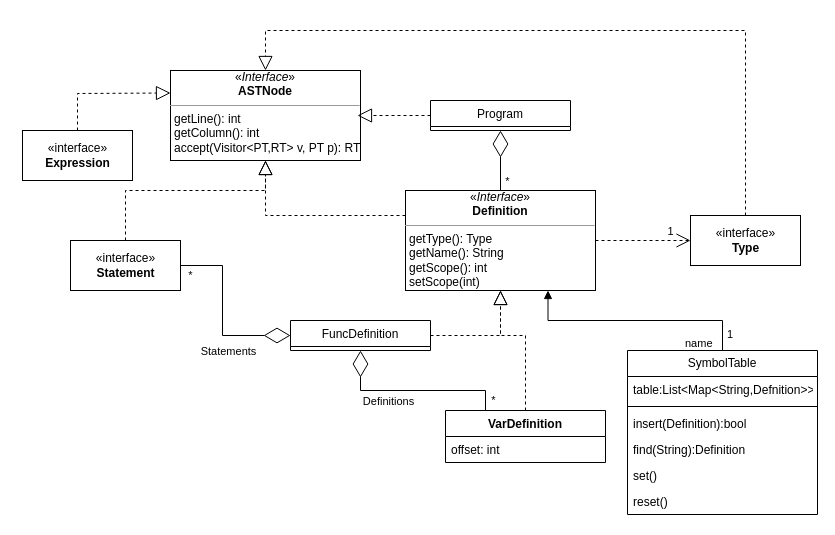
Earlier version of the draw.io diagram page "AST" (1 of 5) of Lenguaje.drawio (adrimr02/DLP). Source tidied: cells renumbered, new cells numbered last; positions are measured from the earlier drawing's top-left corner, leaving out a move shared by most shapes. Both pictures are drawn from the tidied source at 100%, with x=0, y=0 at pixel (22, 30).
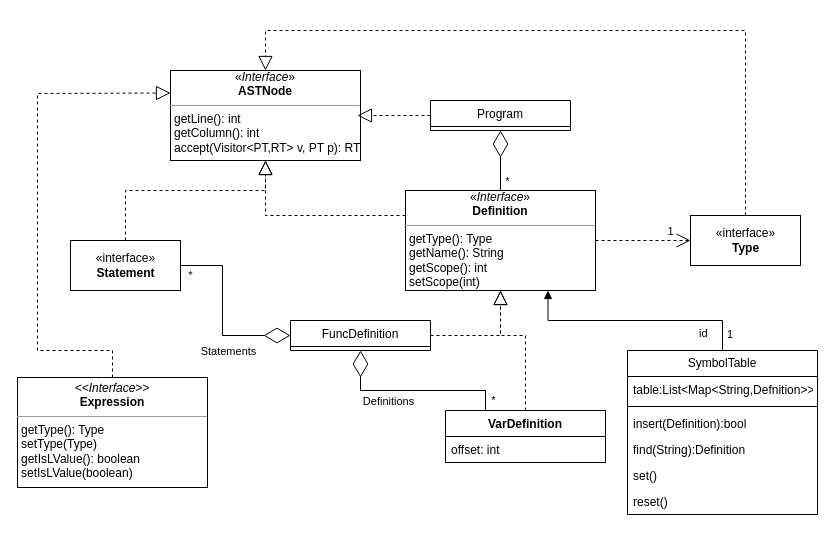
The same diagram, later.

Unchanged cells that the change refers to:
```xml
<mxCell id="6" value="&lt;div style=&quot;text-align: center;&quot;&gt;&lt;span style=&quot;background-color: initial;&quot;&gt;«&lt;/span&gt;&lt;i style=&quot;background-color: initial; text-align: center;&quot;&gt;Interface&lt;/i&gt;&lt;span style=&quot;background-color: initial; text-align: center;&quot;&gt;»&lt;/span&gt;&lt;/div&gt;&lt;div style=&quot;text-align: center;&quot;&gt;&lt;b style=&quot;background-color: initial;&quot;&gt;ASTNode&lt;/b&gt;&lt;/div&gt;&lt;hr size=&quot;1&quot;&gt;&lt;p style=&quot;margin:0px;margin-left:4px;&quot;&gt;getLine(): int&lt;/p&gt;&lt;p style=&quot;margin:0px;margin-left:4px;&quot;&gt;getColumn(): int&lt;/p&gt;&lt;p style=&quot;margin:0px;margin-left:4px;&quot;&gt;accept(Visitor&amp;lt;PT,RT&amp;gt; v, PT p): RT&lt;br&gt;&lt;/p&gt;" style="verticalAlign=top;align=left;overflow=fill;fontSize=12;fontFamily=Helvetica;html=1;" parent="1" vertex="1">
  <mxGeometry x="148" y="40" width="190" height="90" as="geometry" />
</mxCell>
<mxCell id="8" value="&lt;div style=&quot;text-align: center;&quot;&gt;&lt;span style=&quot;background-color: initial;&quot;&gt;«&lt;/span&gt;&lt;i style=&quot;background-color: initial;&quot;&gt;Interface&lt;/i&gt;&lt;span style=&quot;background-color: initial;&quot;&gt;»&lt;/span&gt;&lt;/div&gt;&lt;div style=&quot;text-align: center;&quot;&gt;&lt;b style=&quot;background-color: initial;&quot;&gt;Definition&lt;/b&gt;&lt;/div&gt;&lt;hr size=&quot;1&quot;&gt;&lt;p style=&quot;margin:0px;margin-left:4px;&quot;&gt;getType(): Type&lt;/p&gt;&lt;p style=&quot;margin:0px;margin-left:4px;&quot;&gt;getName(): String&lt;/p&gt;&lt;p style=&quot;margin:0px;margin-left:4px;&quot;&gt;getScope(): int&lt;/p&gt;&lt;p style=&quot;margin:0px;margin-left:4px;&quot;&gt;setScope(int)&lt;/p&gt;" style="verticalAlign=top;align=left;overflow=fill;fontSize=12;fontFamily=Helvetica;html=1;" parent="1" vertex="1">
  <mxGeometry x="383" y="160" width="190" height="100" as="geometry" />
</mxCell>
<mxCell id="28" value="SymbolTable" style="swimlane;fontStyle=0;horizontal=1;startSize=26;fillColor=none;whiteSpace=wrap;html=1;" parent="1" vertex="1">
  <mxGeometry x="605" y="320" width="190" height="164" as="geometry" />
</mxCell>
```

Change to the diagram source:
```diff
@@
-    <mxCell id="22" value="«interface»&lt;br&gt;&lt;b&gt;Expression&lt;/b&gt;" style="html=1;" parent="1" vertex="1">
-      <mxGeometry y="100" width="110" height="50" as="geometry" />
-    </mxCell>
-    <mxCell id="23" style="endArrow=block;dashed=1;endFill=0;endSize=12;html=1;rounded=0;exitX=0.5;exitY=0;exitDx=0;exitDy=0;entryX=0;entryY=0.25;entryDx=0;entryDy=0;" parent="1" edge="1" source="22" target="6">
+    <mxCell id="23" style="endArrow=block;dashed=1;endFill=0;endSize=12;html=1;rounded=0;exitX=0.5;exitY=0;exitDx=0;exitDy=0;entryX=0;entryY=0.25;entryDx=0;entryDy=0;" parent="1" edge="1" source="37" target="6">
       <mxGeometry relative="1" as="geometry">
         <Array as="points">
-          <mxPoint x="55" y="63" />
+          <mxPoint x="90" y="320" />
+          <mxPoint x="15" y="320" />
+          <mxPoint x="15" y="63" />
         </Array>
       </mxGeometry>
     </mxCell>
@@
-    <mxCell id="35" value="name" style="endArrow=block;endFill=1;html=1;edgeStyle=orthogonalEdgeStyle;align=left;verticalAlign=top;rounded=0;entryX=0.75;entryY=1;entryDx=0;entryDy=0;exitX=0.5;exitY=0;exitDx=0;exitDy=0;" parent="1" edge="1" source="28" target="8">
-      <mxGeometry x="-0.41" y="10" relative="1" as="geometry" />
+    <mxCell id="35" value="id" style="endArrow=block;endFill=1;html=1;edgeStyle=orthogonalEdgeStyle;align=left;verticalAlign=top;rounded=0;entryX=0.75;entryY=1;entryDx=0;entryDy=0;exitX=0.5;exitY=0;exitDx=0;exitDy=0;" parent="1" edge="1" source="28" target="8">
+      <mxGeometry x="-0.53" relative="1" as="geometry" />
     </mxCell>
@@
+    <mxCell id="37" value="&lt;p style=&quot;margin:0px;margin-top:4px;text-align:center;&quot;&gt;&lt;i&gt;&amp;lt;&amp;lt;Interface&amp;gt;&amp;gt;&lt;/i&gt;&lt;br&gt;&lt;b&gt;Expression&lt;/b&gt;&lt;/p&gt;&lt;hr size=&quot;1&quot;&gt;&lt;p style=&quot;margin:0px;margin-left:4px;&quot;&gt;getType(): Type&lt;/p&gt;&lt;p style=&quot;margin:0px;margin-left:4px;&quot;&gt;setType(Type)&lt;/p&gt;&lt;p style=&quot;margin:0px;margin-left:4px;&quot;&gt;getIsLValue(): boolean&lt;/p&gt;&lt;p style=&quot;margin:0px;margin-left:4px;&quot;&gt;setIsLValue(boolean)&lt;/p&gt;" style="verticalAlign=top;align=left;overflow=fill;fontSize=12;fontFamily=Helvetica;html=1;whiteSpace=wrap;" parent="1" vertex="1">
+      <mxGeometry x="-5" y="347" width="190" height="110" as="geometry" />
+    </mxCell>
```
